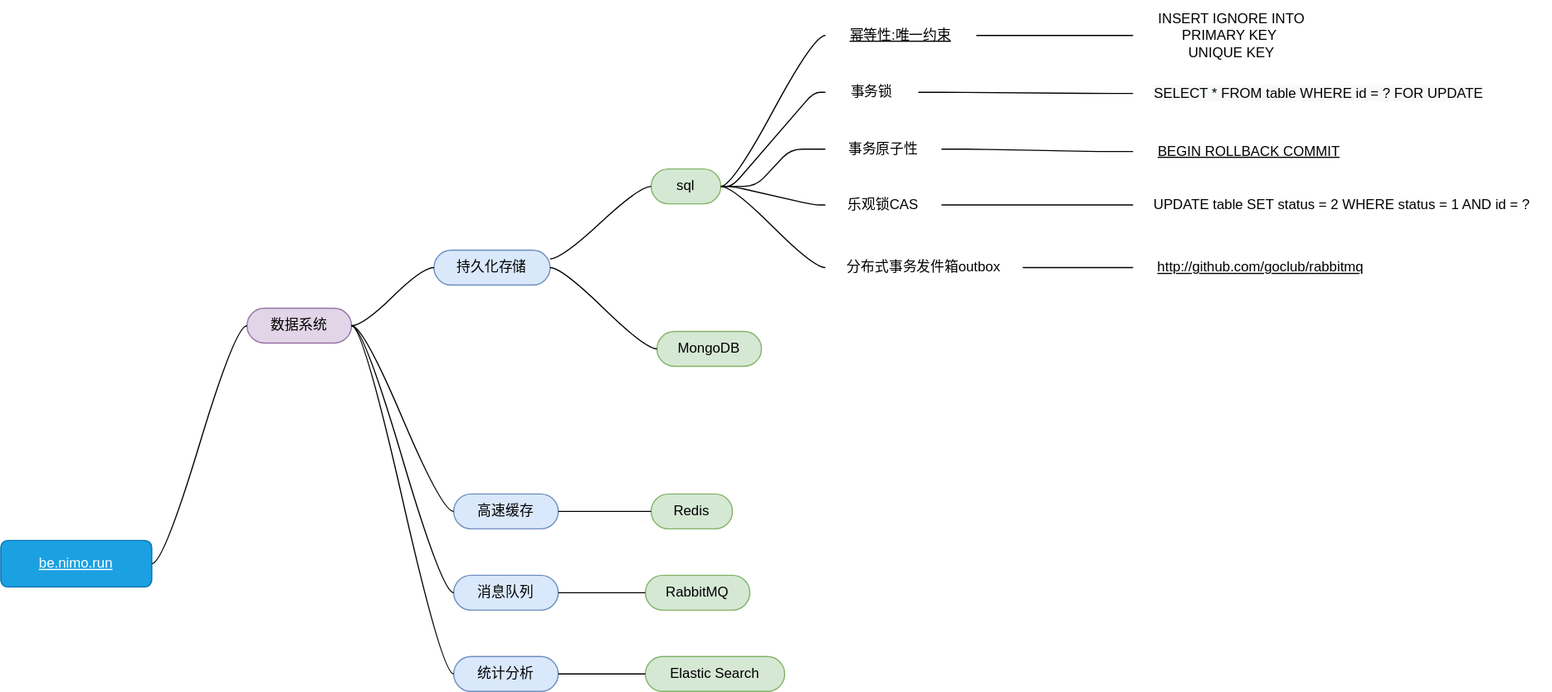
Before: stack.svg, a diagram exported from draw.io (nimoc/be). Source tidied: cells renumbered, new cells last; positions are measured from the earlier drawing's top-left corner, leaving out a move shared by most shapes.
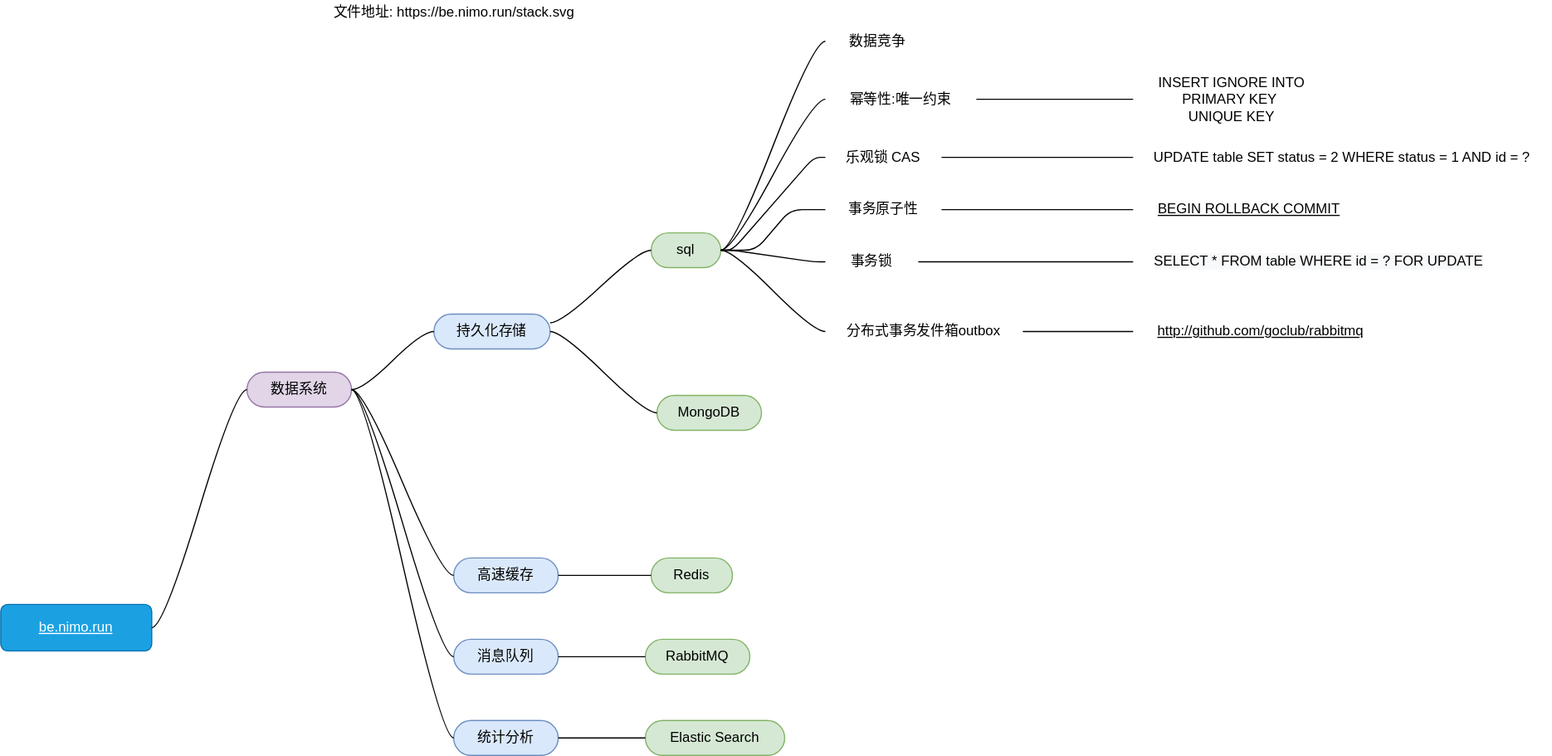
After the commit.

Commit message:
数据竞争&乐观锁

Change to the diagram source:
```diff
@@ -24,7 +24,7 @@
       <mxGeometry relative="1" as="geometry" />
     </mxCell>
     <mxCell id="9" value="事务原子性" style="whiteSpace=wrap;html=1;rounded=1;arcSize=50;align=center;verticalAlign=middle;strokeWidth=1;spacing=4;newEdgeStyle={&quot;edgeStyle&quot;:&quot;entityRelationEdgeStyle&quot;,&quot;startArrow&quot;:&quot;none&quot;,&quot;endArrow&quot;:&quot;none&quot;,&quot;segment&quot;:10,&quot;curved&quot;:1};fontStyle=0;fillColor=none;strokeColor=none;" parent="1" vertex="1">
-      <mxGeometry x="710" y="113" width="100" height="30" as="geometry" />
+      <mxGeometry x="710" y="105" width="100" height="40" as="geometry" />
     </mxCell>
     <mxCell id="10" value="持久化存储" style="whiteSpace=wrap;html=1;rounded=1;arcSize=50;align=center;verticalAlign=middle;strokeWidth=1;spacing=4;newEdgeStyle={&quot;edgeStyle&quot;:&quot;entityRelationEdgeStyle&quot;,&quot;startArrow&quot;:&quot;none&quot;,&quot;endArrow&quot;:&quot;none&quot;,&quot;segment&quot;:10,&quot;curved&quot;:1};fillColor=#dae8fc;strokeColor=#6c8ebf;" parent="1" vertex="1">
       <mxGeometry x="373" y="215" width="100" height="30" as="geometry" />
@@ -36,7 +36,7 @@
       <mxGeometry relative="1" as="geometry" />
     </mxCell>
     <mxCell id="13" value="事务锁" style="whiteSpace=wrap;html=1;rounded=1;arcSize=50;align=center;verticalAlign=middle;strokeWidth=1;spacing=4;newEdgeStyle={&quot;edgeStyle&quot;:&quot;entityRelationEdgeStyle&quot;,&quot;startArrow&quot;:&quot;none&quot;,&quot;endArrow&quot;:&quot;none&quot;,&quot;segment&quot;:10,&quot;curved&quot;:1};fillColor=none;strokeColor=none;" parent="1" vertex="1">
-      <mxGeometry x="710" y="64" width="80" height="30" as="geometry" />
+      <mxGeometry x="710" y="155" width="80" height="30" as="geometry" />
     </mxCell>
     <mxCell id="14" style="edgeStyle=entityRelationEdgeStyle;startArrow=none;endArrow=none;segment=10;exitX=1;exitY=0.5;exitDx=0;exitDy=0;" parent="1" edge="1" source="6" target="13">
       <mxGeometry relative="1" as="geometry" />
@@ -44,8 +44,8 @@
     <mxCell id="15" style="edgeStyle=entityRelationEdgeStyle;jettySize=auto;html=1;endArrow=none;endFill=0;" parent="1" edge="1" source="16" target="26">
       <mxGeometry relative="1" as="geometry" />
     </mxCell>
-    <mxCell id="16" value="乐观锁CAS" style="whiteSpace=wrap;html=1;rounded=1;arcSize=50;align=center;verticalAlign=middle;strokeWidth=1;spacing=4;newEdgeStyle={&quot;edgeStyle&quot;:&quot;entityRelationEdgeStyle&quot;,&quot;startArrow&quot;:&quot;none&quot;,&quot;endArrow&quot;:&quot;none&quot;,&quot;segment&quot;:10,&quot;curved&quot;:1};fillColor=none;strokeColor=none;" parent="1" vertex="1">
-      <mxGeometry x="710" y="161" width="100" height="30" as="geometry" />
+    <mxCell id="16" value="&lt;a href=&quot;https://be.nimo.run/theory/sql/#cas&quot;&gt;乐观锁 CAS&lt;/a&gt;" style="whiteSpace=wrap;html=1;rounded=1;arcSize=50;align=center;verticalAlign=middle;strokeWidth=1;spacing=4;newEdgeStyle={&quot;edgeStyle&quot;:&quot;entityRelationEdgeStyle&quot;,&quot;startArrow&quot;:&quot;none&quot;,&quot;endArrow&quot;:&quot;none&quot;,&quot;segment&quot;:10,&quot;curved&quot;:1};fillColor=none;strokeColor=none;" parent="1" vertex="1">
+      <mxGeometry x="710" y="65" width="100" height="30" as="geometry" />
     </mxCell>
     <mxCell id="17" style="edgeStyle=entityRelationEdgeStyle;startArrow=none;endArrow=none;segment=10;exitX=1;exitY=0.5;exitDx=0;exitDy=0;" parent="1" edge="1" source="6" target="16">
       <mxGeometry relative="1" as="geometry" />
@@ -62,20 +62,20 @@
     <mxCell id="21" style="edgeStyle=entityRelationEdgeStyle;jettySize=auto;html=1;endArrow=none;endFill=0;" parent="1" edge="1" source="22" target="28">
       <mxGeometry relative="1" as="geometry" />
     </mxCell>
-    <mxCell id="22" value="幂等性:唯一约束" style="whiteSpace=wrap;html=1;rounded=1;arcSize=50;align=center;verticalAlign=middle;strokeWidth=1;spacing=4;newEdgeStyle={&quot;edgeStyle&quot;:&quot;entityRelationEdgeStyle&quot;,&quot;startArrow&quot;:&quot;none&quot;,&quot;endArrow&quot;:&quot;none&quot;,&quot;segment&quot;:10,&quot;curved&quot;:1};fillColor=none;strokeColor=none;fontStyle=4;" parent="1" vertex="1">
+    <mxCell id="22" value="&lt;a href=&quot;https://be.nimo.run/theory/sql#idempotent&quot;&gt;幂等性:唯一约束&lt;/a&gt;" style="whiteSpace=wrap;html=1;rounded=1;arcSize=50;align=center;verticalAlign=middle;strokeWidth=1;spacing=4;newEdgeStyle={&quot;edgeStyle&quot;:&quot;entityRelationEdgeStyle&quot;,&quot;startArrow&quot;:&quot;none&quot;,&quot;endArrow&quot;:&quot;none&quot;,&quot;segment&quot;:10,&quot;curved&quot;:1};fillColor=none;strokeColor=none;fontStyle=0;" parent="1" vertex="1">
       <mxGeometry x="710" y="15" width="130" height="30" as="geometry" />
     </mxCell>
     <mxCell id="23" style="edgeStyle=entityRelationEdgeStyle;startArrow=none;endArrow=none;segment=10;curved=1;exitX=1;exitY=0.5;exitDx=0;exitDy=0;" parent="1" edge="1" source="6" target="22">
       <mxGeometry relative="1" as="geometry" />
     </mxCell>
     <mxCell id="24" value="&lt;meta charset=&quot;utf-8&quot;&gt;&lt;span style=&quot;color: rgb(0, 0, 0); font-family: helvetica; font-size: 12px; font-style: normal; font-weight: 400; letter-spacing: normal; text-align: center; text-indent: 0px; text-transform: none; word-spacing: 0px; background-color: rgb(248, 249, 250); display: inline; float: none;&quot;&gt;SELECT * FROM table WHERE id = ? FOR UPDATE&lt;/span&gt;" style="whiteSpace=wrap;html=1;rounded=1;arcSize=50;align=center;verticalAlign=middle;strokeWidth=1;spacing=4;newEdgeStyle={&quot;edgeStyle&quot;:&quot;entityRelationEdgeStyle&quot;,&quot;startArrow&quot;:&quot;none&quot;,&quot;endArrow&quot;:&quot;none&quot;,&quot;segment&quot;:10,&quot;curved&quot;:1};fillColor=none;strokeColor=none;" parent="1" vertex="1">
-      <mxGeometry x="975" y="65" width="320" height="30" as="geometry" />
+      <mxGeometry x="975" y="155" width="320" height="30" as="geometry" />
     </mxCell>
     <mxCell id="25" value="BEGIN ROLLBACK COMMIT" style="whiteSpace=wrap;html=1;rounded=1;arcSize=50;align=center;verticalAlign=middle;strokeWidth=1;spacing=4;newEdgeStyle={&quot;edgeStyle&quot;:&quot;entityRelationEdgeStyle&quot;,&quot;startArrow&quot;:&quot;none&quot;,&quot;endArrow&quot;:&quot;none&quot;,&quot;segment&quot;:10,&quot;curved&quot;:1};fontStyle=4;fillColor=none;strokeColor=none;" parent="1" vertex="1">
-      <mxGeometry x="975" y="115" width="200" height="30" as="geometry" />
+      <mxGeometry x="975" y="110" width="200" height="30" as="geometry" />
     </mxCell>
     <mxCell id="26" value="UPDATE table SET status = 2 WHERE status = 1 AND id = ?" style="whiteSpace=wrap;html=1;rounded=1;arcSize=50;align=center;verticalAlign=middle;strokeWidth=1;spacing=4;newEdgeStyle={&quot;edgeStyle&quot;:&quot;entityRelationEdgeStyle&quot;,&quot;startArrow&quot;:&quot;none&quot;,&quot;endArrow&quot;:&quot;none&quot;,&quot;segment&quot;:10,&quot;curved&quot;:1};fillColor=none;strokeColor=none;" parent="1" vertex="1">
-      <mxGeometry x="975" y="161" width="360" height="30" as="geometry" />
+      <mxGeometry x="975" y="65" width="360" height="30" as="geometry" />
     </mxCell>
     <mxCell id="27" value="http://github.com/goclub/rabbitmq" style="whiteSpace=wrap;html=1;rounded=1;arcSize=50;align=center;verticalAlign=middle;strokeWidth=1;spacing=4;newEdgeStyle={&quot;edgeStyle&quot;:&quot;entityRelationEdgeStyle&quot;,&quot;startArrow&quot;:&quot;none&quot;,&quot;endArrow&quot;:&quot;none&quot;,&quot;segment&quot;:10,&quot;curved&quot;:1};strokeColor=none;fillColor=none;fontStyle=4;" parent="1" vertex="1">
       <mxGeometry x="975" y="215" width="220" height="30" as="geometry" />
@@ -125,5 +125,14 @@
     <mxCell id="42" style="edgeStyle=entityRelationEdgeStyle;startArrow=none;endArrow=none;segment=10;curved=1;rounded=1;strokeColor=#000000;exitX=1;exitY=0.5;exitDx=0;exitDy=0;" parent="1" edge="1" source="39" target="41">
       <mxGeometry relative="1" as="geometry" />
     </mxCell>
+    <mxCell id="43" value="文件地址: &lt;a href=&quot;https://be.nimo.run/stack.svg&quot;&gt;https://be.nimo.run/stack.svg&lt;/a&gt;" style="text;html=1;align=center;verticalAlign=middle;strokeColor=none;fillColor=none;" parent="1" vertex="1">
+      <mxGeometry x="280" y="-55" width="220" height="20" as="geometry" />
+    </mxCell>
+    <mxCell id="44" value="&lt;a href=&quot;https://be.nimo.run/theory/sql#data-race&quot;&gt;数据竞争&lt;/a&gt;" style="whiteSpace=wrap;html=1;rounded=1;arcSize=50;align=center;verticalAlign=middle;strokeWidth=1;spacing=4;newEdgeStyle={&quot;edgeStyle&quot;:&quot;entityRelationEdgeStyle&quot;,&quot;startArrow&quot;:&quot;none&quot;,&quot;endArrow&quot;:&quot;none&quot;,&quot;segment&quot;:10,&quot;curved&quot;:1};fillColor=none;strokeColor=none;" parent="1" vertex="1">
+      <mxGeometry x="710" y="-35" width="90" height="30" as="geometry" />
+    </mxCell>
+    <mxCell id="45" style="edgeStyle=entityRelationEdgeStyle;startArrow=none;endArrow=none;segment=10;curved=1;rounded=0;exitX=1;exitY=0.5;exitDx=0;exitDy=0;" parent="1" edge="1" source="6" target="44">
+      <mxGeometry relative="1" as="geometry" />
+    </mxCell>
   </root>
 </mxGraphModel>
```
